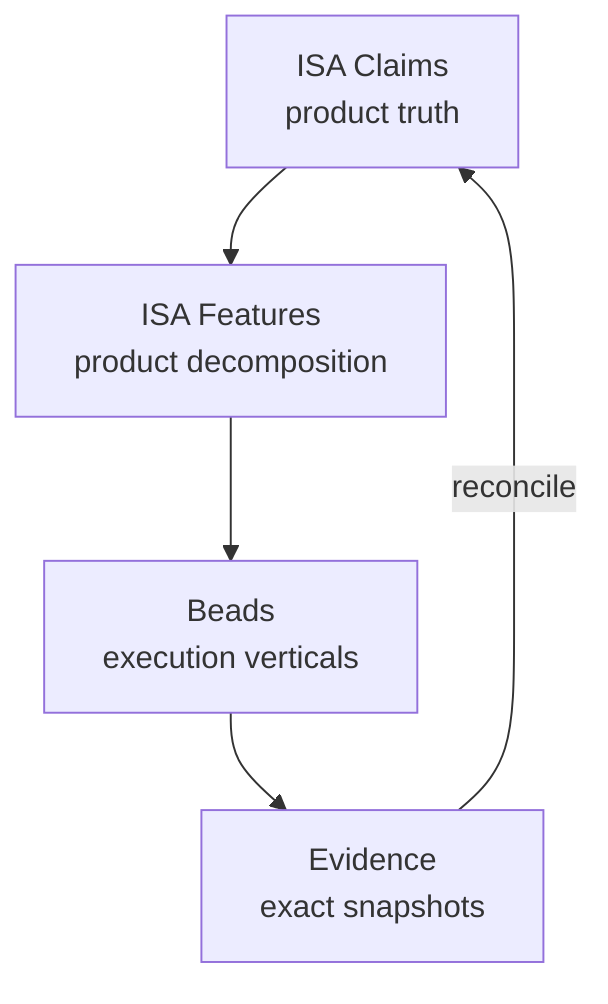
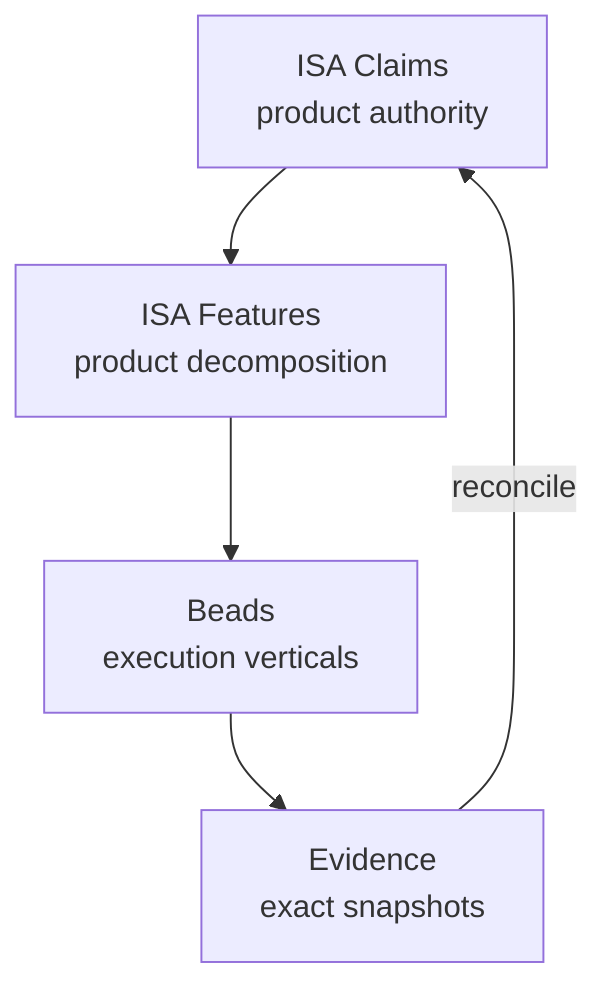
flowchart TB
-   I[ISA Claims\nproduct truth] --> F[ISA Features\nproduct decomposition]
+   I[ISA Claims\nproduct authority] --> F[ISA Features\nproduct decomposition]
  F --> B[Beads\nexecution verticals]
  B --> E[Evidence\nexact snapshots]
  E -->|reconcile| I
